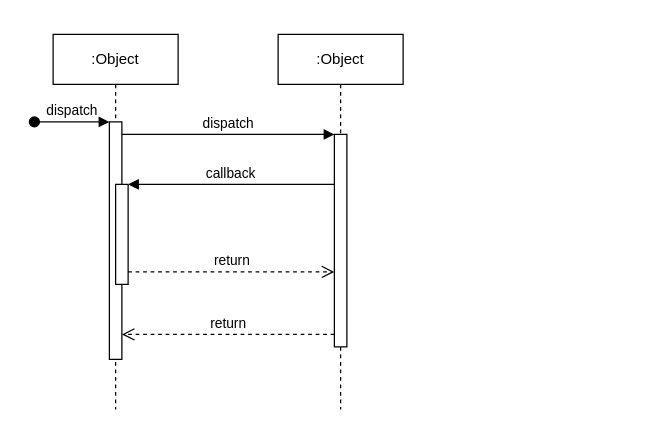
Above: saquence_diagramMAJ.drawio in Mohammed-BJ/ProjetBackendDev (draw.io), before the change. Source tidied: cells renumbered, new cells numbered last; positions are measured from the earlier drawing's top-left corner, leaving out a move shared by most shapes. Both pictures are drawn from the tidied source at 125%, with x=0, y=0 at pixel (34, 34).
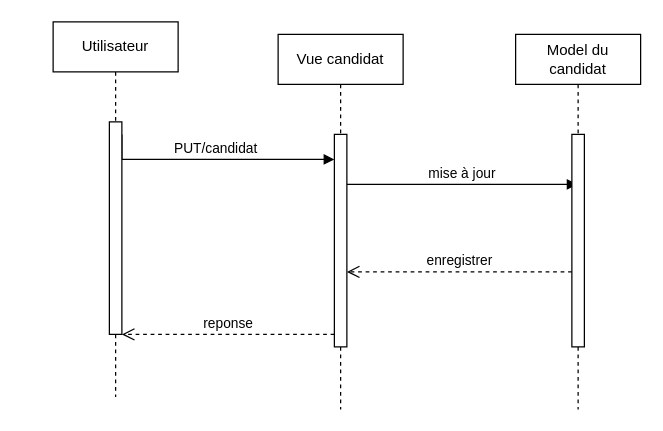
Above is the later version.

Commit message:
Mettre à jour saquence_diagramMAJ.drawio

Change to the diagram source:
```diff
@@
 <mxGraphModel>
   <root>
     <mxCell id="0" />
     <mxCell id="1" parent="0" />
-    <mxCell id="2" value=":Object" style="shape=umlLifeline;perimeter=lifelinePerimeter;whiteSpace=wrap;html=1;newEdgeStyle={&quot;edgeStyle&quot;:&quot;elbowEdgeStyle&quot;,&quot;elbow&quot;:&quot;vertical&quot;,&quot;curved&quot;:0,&quot;rounded&quot;:0};" parent="1" vertex="1">
-      <mxGeometry x="15" width="100" height="300" as="geometry" />
-    </mxCell>
-    <mxCell id="3" style="html=1;points=[];perimeter=orthogonalPerimeter;outlineConnect=0;targetShapes=umlLifeline;portConstraint=eastwest;newEdgeStyle={&quot;edgeStyle&quot;:&quot;elbowEdgeStyle&quot;,&quot;elbow&quot;:&quot;vertical&quot;,&quot;curved&quot;:0,&quot;rounded&quot;:0};" parent="2" vertex="1">
-      <mxGeometry x="45" y="70" width="10" height="190" as="geometry" />
-    </mxCell>
-    <mxCell id="4" value="dispatch" style="html=1;verticalAlign=bottom;startArrow=oval;endArrow=block;startSize=8;edgeStyle=elbowEdgeStyle;elbow=vertical;curved=0;rounded=0;" parent="2" edge="1" target="3">
-      <mxGeometry relative="1" as="geometry">
-        <mxPoint x="-15" y="70" as="sourcePoint" />
-      </mxGeometry>
-    </mxCell>
-    <mxCell id="5" style="html=1;points=[];perimeter=orthogonalPerimeter;outlineConnect=0;targetShapes=umlLifeline;portConstraint=eastwest;newEdgeStyle={&quot;edgeStyle&quot;:&quot;elbowEdgeStyle&quot;,&quot;elbow&quot;:&quot;vertical&quot;,&quot;curved&quot;:0,&quot;rounded&quot;:0};" parent="2" vertex="1">
-      <mxGeometry x="50" y="120" width="10" height="80" as="geometry" />
-    </mxCell>
-    <mxCell id="6" value=":Object" style="shape=umlLifeline;perimeter=lifelinePerimeter;whiteSpace=wrap;html=1;newEdgeStyle={&quot;edgeStyle&quot;:&quot;elbowEdgeStyle&quot;,&quot;elbow&quot;:&quot;vertical&quot;,&quot;curved&quot;:0,&quot;rounded&quot;:0};" parent="1" vertex="1">
+    <mxCell id="6" value="Vue candidat" style="shape=umlLifeline;perimeter=lifelinePerimeter;whiteSpace=wrap;html=1;newEdgeStyle={&quot;edgeStyle&quot;:&quot;elbowEdgeStyle&quot;,&quot;elbow&quot;:&quot;vertical&quot;,&quot;curved&quot;:0,&quot;rounded&quot;:0};" parent="1" vertex="1">
       <mxGeometry x="195" width="100" height="300" as="geometry" />
     </mxCell>
     <mxCell id="7" style="html=1;points=[];perimeter=orthogonalPerimeter;outlineConnect=0;targetShapes=umlLifeline;portConstraint=eastwest;newEdgeStyle={&quot;edgeStyle&quot;:&quot;elbowEdgeStyle&quot;,&quot;elbow&quot;:&quot;vertical&quot;,&quot;curved&quot;:0,&quot;rounded&quot;:0};" parent="6" vertex="1">
       <mxGeometry x="45" y="80" width="10" height="170" as="geometry" />
     </mxCell>
-    <mxCell id="8" value="dispatch" style="html=1;verticalAlign=bottom;endArrow=block;edgeStyle=elbowEdgeStyle;elbow=vertical;curved=0;rounded=0;" parent="1" edge="1" source="3" target="7">
+    <mxCell id="8" value="PUT/candidat" style="html=1;verticalAlign=bottom;endArrow=block;edgeStyle=elbowEdgeStyle;elbow=vertical;curved=0;rounded=0;" parent="1" edge="1" target="7">
       <mxGeometry relative="1" as="geometry">
+        <mxPoint x="70" y="80" as="sourcePoint" />
         <Array as="points">
-          <mxPoint x="155" y="80" />
+          <mxPoint x="145" y="100" />
         </Array>
       </mxGeometry>
     </mxCell>
-    <mxCell id="9" value="return" style="html=1;verticalAlign=bottom;endArrow=open;dashed=1;endSize=8;edgeStyle=elbowEdgeStyle;elbow=vertical;curved=0;rounded=0;" parent="1" edge="1" source="7" target="3">
+    <mxCell id="9" value="reponse" style="html=1;verticalAlign=bottom;endArrow=open;dashed=1;endSize=8;edgeStyle=elbowEdgeStyle;elbow=vertical;curved=0;rounded=0;" parent="1" edge="1" source="7">
       <mxGeometry relative="1" as="geometry">
+        <mxPoint x="70" y="240" as="targetPoint" />
         <Array as="points">
           <mxPoint x="165" y="240" />
         </Array>
       </mxGeometry>
     </mxCell>
-    <mxCell id="10" value="callback" style="html=1;verticalAlign=bottom;endArrow=block;edgeStyle=elbowEdgeStyle;elbow=vertical;curved=0;rounded=0;" parent="1" edge="1" source="7" target="5">
+    <mxCell id="10" value="mise à jour" style="html=1;verticalAlign=bottom;endArrow=block;edgeStyle=elbowEdgeStyle;elbow=vertical;curved=0;rounded=0;" parent="1" edge="1">
       <mxGeometry relative="1" as="geometry">
+        <mxPoint x="250" y="120" as="sourcePoint" />
+        <mxPoint x="434.5" y="120" as="targetPoint" />
         <Array as="points">
-          <mxPoint x="165" y="120" />
+          <mxPoint x="365" y="120" />
+          <mxPoint x="395" y="120" />
         </Array>
       </mxGeometry>
     </mxCell>
-    <mxCell id="11" value="return" style="html=1;verticalAlign=bottom;endArrow=open;dashed=1;endSize=8;edgeStyle=elbowEdgeStyle;elbow=vertical;curved=0;rounded=0;" parent="1" edge="1" source="5" target="7">
+    <mxCell id="11" value="enregistrer" style="html=1;verticalAlign=bottom;endArrow=open;dashed=1;endSize=8;edgeStyle=elbowEdgeStyle;elbow=vertical;curved=0;rounded=0;" parent="1" edge="1" source="13" target="7">
       <mxGeometry relative="1" as="geometry">
         <Array as="points">
-          <mxPoint x="155" y="190" />
+          <mxPoint x="345" y="190" />
         </Array>
       </mxGeometry>
     </mxCell>
+    <mxCell id="12" value="Model du candidat" style="shape=umlLifeline;perimeter=lifelinePerimeter;whiteSpace=wrap;html=1;newEdgeStyle={&quot;edgeStyle&quot;:&quot;elbowEdgeStyle&quot;,&quot;elbow&quot;:&quot;vertical&quot;,&quot;curved&quot;:0,&quot;rounded&quot;:0};" parent="1" vertex="1">
+      <mxGeometry x="385" width="100" height="300" as="geometry" />
+    </mxCell>
+    <mxCell id="13" style="html=1;points=[];perimeter=orthogonalPerimeter;outlineConnect=0;targetShapes=umlLifeline;portConstraint=eastwest;newEdgeStyle={&quot;edgeStyle&quot;:&quot;elbowEdgeStyle&quot;,&quot;elbow&quot;:&quot;vertical&quot;,&quot;curved&quot;:0,&quot;rounded&quot;:0};" parent="12" vertex="1">
+      <mxGeometry x="45" y="80" width="10" height="170" as="geometry" />
+    </mxCell>
+    <mxCell id="14" value="Utilisateur" style="shape=umlLifeline;perimeter=lifelinePerimeter;whiteSpace=wrap;html=1;newEdgeStyle={&quot;edgeStyle&quot;:&quot;elbowEdgeStyle&quot;,&quot;elbow&quot;:&quot;vertical&quot;,&quot;curved&quot;:0,&quot;rounded&quot;:0};" parent="1" vertex="1">
+      <mxGeometry x="15" y="-10" width="100" height="300" as="geometry" />
+    </mxCell>
+    <mxCell id="15" style="html=1;perimeter=orthogonalPerimeter;targetShapes=umlLifeline;newEdgeStyle={&quot;edgeStyle&quot;:&quot;elbowEdgeStyle&quot;,&quot;elbow&quot;:&quot;vertical&quot;,&quot;curved&quot;:0,&quot;rounded&quot;:0};" parent="14" vertex="1">
+      <mxGeometry x="45" y="80" width="10" height="170" as="geometry" />
+    </mxCell>
   </root>
 </mxGraphModel>
```
